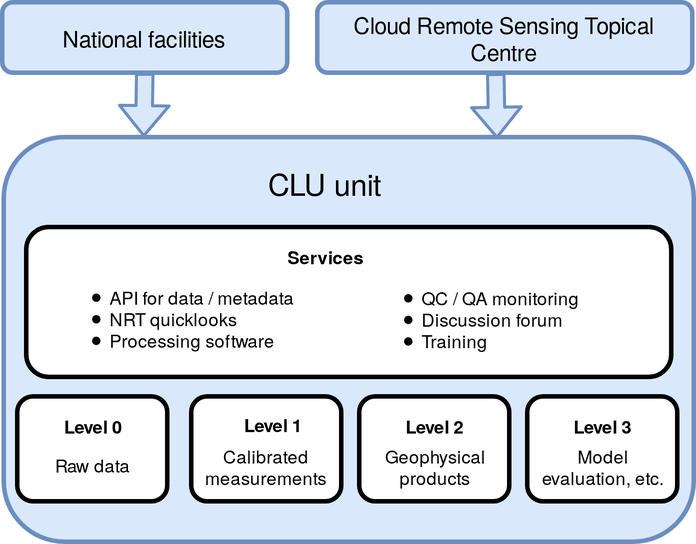
actris/data-management-plan keeps this draw.io diagram as DMP/img/section4/clu_data_flow.png. Above is the earlier version. Source tidied: cells renumbered, new cells last; positions are measured from the earlier drawing's top-left corner, leaving out a move shared by most shapes.
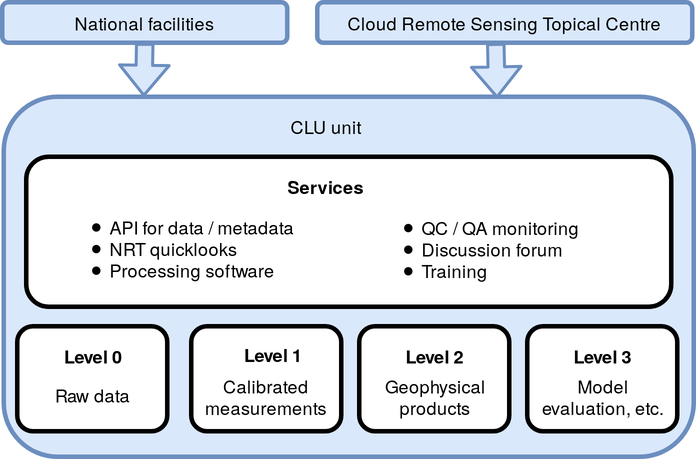
Later version of the same file.

Change to the diagram source:
```diff
@@ -2,24 +2,24 @@
   <root>
     <mxCell id="0" />
     <mxCell id="1" parent="0" />
-    <mxCell id="2" value="&lt;font style=&quot;font-size: 15px&quot;&gt;National facilities&lt;/font&gt;" style="rounded=1;whiteSpace=wrap;html=1;fillColor=#dae8fc;strokeColor=#6c8ebf;strokeWidth=3;" parent="1" vertex="1">
-      <mxGeometry width="190" height="47" as="geometry" />
+    <mxCell id="2" value="&lt;font style=&quot;font-size: 12px&quot;&gt;National facilities&lt;/font&gt;" style="rounded=1;whiteSpace=wrap;html=1;fillColor=#dae8fc;strokeColor=#6c8ebf;strokeWidth=3;" parent="1" vertex="1">
+      <mxGeometry y="47" width="190" height="27" as="geometry" />
     </mxCell>
     <mxCell id="3" style="rounded=1;whiteSpace=wrap;html=1;strokeWidth=3;fillColor=#dae8fc;strokeColor=#6c8ebf;" parent="1" vertex="1">
-      <mxGeometry x="1" y="90" width="460" height="270" as="geometry" />
+      <mxGeometry x="1" y="110" width="460" height="240" as="geometry" />
     </mxCell>
-    <mxCell id="4" value="&lt;font style=&quot;font-size: 15px&quot;&gt;Cloud Remote Sensing Topical Centre&lt;/font&gt;" style="rounded=1;whiteSpace=wrap;html=1;fillColor=#dae8fc;strokeColor=#6c8ebf;strokeWidth=3;" parent="1" vertex="1">
-      <mxGeometry x="210" width="250" height="47" as="geometry" />
+    <mxCell id="4" value="&lt;font style=&quot;font-size: 12px&quot;&gt;Cloud Remote Sensing Topical Centre&lt;/font&gt;" style="rounded=1;whiteSpace=wrap;html=1;fillColor=#dae8fc;strokeColor=#6c8ebf;strokeWidth=3;" parent="1" vertex="1">
+      <mxGeometry x="210" y="47" width="250" height="27" as="geometry" />
     </mxCell>
-    <mxCell id="5" value="&lt;font style=&quot;font-size: 20px&quot;&gt;CLU unit&lt;/font&gt;" style="text;html=1;strokeColor=none;fillColor=none;align=center;verticalAlign=middle;whiteSpace=wrap;rounded=0;" parent="1" vertex="1">
-      <mxGeometry x="165" y="110" width="100" height="20" as="geometry" />
+    <mxCell id="5" value="&lt;font style=&quot;font-size: 12px&quot;&gt;CLU unit&lt;/font&gt;" style="text;html=1;strokeColor=none;fillColor=none;align=center;verticalAlign=middle;whiteSpace=wrap;rounded=0;" parent="1" vertex="1">
+      <mxGeometry x="165" y="119" width="100" height="20" as="geometry" />
     </mxCell>
     <mxCell id="6" style="shape=flexArrow;endArrow=classic;html=1;entryX=0.203;entryY=0;entryDx=0;entryDy=0;entryPerimeter=0;fillColor=#dae8fc;strokeColor=#6c8ebf;strokeWidth=2;exitX=0.5;exitY=1;exitDx=0;exitDy=0;" parent="1" edge="1" source="2" target="3">
       <mxGeometry relative="1" as="geometry" />
     </mxCell>
     <mxCell id="7" style="shape=flexArrow;endArrow=classic;html=1;entryX=0.167;entryY=0.004;entryDx=0;entryDy=0;entryPerimeter=0;fillColor=#dae8fc;strokeColor=#6c8ebf;strokeWidth=2;exitX=0.476;exitY=1.005;exitDx=0;exitDy=0;exitPerimeter=0;" parent="1" edge="1" source="4">
       <mxGeometry relative="1" as="geometry">
-        <mxPoint x="329.8" y="91.1" as="targetPoint" />
+        <mxPoint x="329.8" y="111.1" as="targetPoint" />
       </mxGeometry>
     </mxCell>
     <mxCell id="8" style="rounded=1;whiteSpace=wrap;html=1;strokeWidth=3;" parent="1" vertex="1">
```
